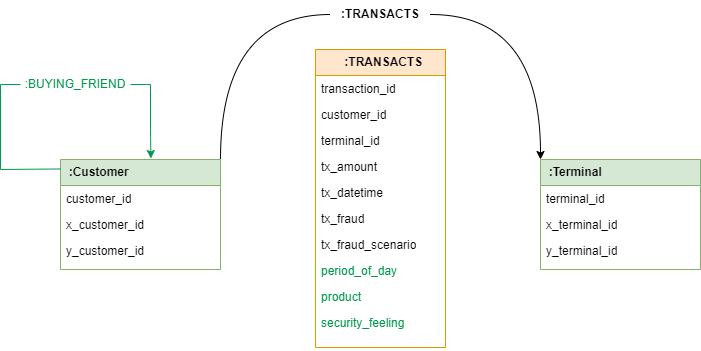
The draw.io diagram images/logical-model.png in tabaraei/transaction-graph-neo4j, before a commit. Source tidied: cells renumbered, new cells last; positions are measured from the earlier drawing's top-left corner, leaving out a move shared by most shapes.
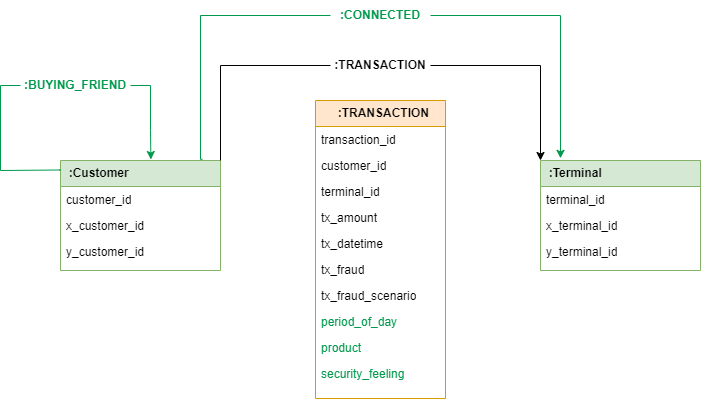
After the commit.

Commit message:
improved query performances, fixed logical model, took errors

Change to the diagram source:
```diff
@@ -26,8 +26,8 @@
     <mxCell id="9" value="y_terminal_id" style="text;strokeColor=none;fillColor=none;align=left;verticalAlign=top;spacingLeft=4;spacingRight=4;overflow=hidden;whiteSpace=wrap;html=1;" parent="6" vertex="1">
       <mxGeometry y="78" width="160" height="32" as="geometry" />
     </mxCell>
-    <mxCell id="10" value="&lt;b&gt;&amp;nbsp; :TRANSACTS&lt;/b&gt;" style="swimlane;fontStyle=0;horizontal=1;startSize=26;fillColor=#ffe6cc;whiteSpace=wrap;html=1;strokeColor=#d79b00;align=center;" parent="1" vertex="1">
-      <mxGeometry x="315" y="50" width="130" height="298" as="geometry" />
+    <mxCell id="10" value="&lt;b&gt;&amp;nbsp; :TRANSACTION&lt;/b&gt;" style="swimlane;fontStyle=0;horizontal=1;startSize=26;fillColor=#ffe6cc;whiteSpace=wrap;html=1;strokeColor=#d79b00;align=center;" parent="1" vertex="1">
+      <mxGeometry x="315" y="100" width="130" height="298" as="geometry" />
     </mxCell>
     <mxCell id="11" value="transaction_id" style="text;strokeColor=none;fillColor=none;align=left;verticalAlign=top;spacingLeft=4;spacingRight=4;overflow=hidden;whiteSpace=wrap;html=1;" parent="10" vertex="1">
       <mxGeometry y="26" width="130" height="26" as="geometry" />
@@ -59,20 +59,20 @@
     <mxCell id="20" value="&lt;span style=&quot;text-align: center;&quot;&gt;&lt;font color=&quot;#00994d&quot;&gt;security_feeling&lt;/font&gt;&lt;/span&gt;" style="text;strokeColor=none;fillColor=none;align=left;verticalAlign=top;spacingLeft=4;spacingRight=4;overflow=hidden;whiteSpace=wrap;html=1;" parent="10" vertex="1">
       <mxGeometry y="260" width="130" height="38" as="geometry" />
     </mxCell>
-    <mxCell id="21" style="edgeStyle=orthogonalEdgeStyle;rounded=0;jettySize=auto;html=1;exitX=1;exitY=0.5;exitDx=0;exitDy=0;entryX=0;entryY=0;entryDx=0;entryDy=0;curved=1;" parent="1" edge="1" source="22" target="6">
+    <mxCell id="21" style="edgeStyle=orthogonalEdgeStyle;rounded=0;jettySize=auto;html=1;exitX=1;exitY=0.5;exitDx=0;exitDy=0;entryX=0;entryY=0;entryDx=0;entryDy=0;curved=0;" parent="1" edge="1" source="22" target="6">
       <mxGeometry relative="1" as="geometry">
         <Array as="points">
-          <mxPoint x="540" y="15" />
+          <mxPoint x="540" y="65" />
         </Array>
       </mxGeometry>
     </mxCell>
-    <mxCell id="22" value="&lt;b&gt;:TRANSACTS&lt;/b&gt;" style="text;html=1;align=center;verticalAlign=middle;whiteSpace=wrap;rounded=0;" parent="1" vertex="1">
-      <mxGeometry x="330" width="100" height="30" as="geometry" />
+    <mxCell id="22" value="&lt;b&gt;:TRANSACTION&lt;/b&gt;" style="text;html=1;align=center;verticalAlign=middle;whiteSpace=wrap;rounded=0;" parent="1" vertex="1">
+      <mxGeometry x="330" y="50" width="100" height="30" as="geometry" />
     </mxCell>
-    <mxCell id="23" style="edgeStyle=orthogonalEdgeStyle;rounded=0;jettySize=auto;html=1;exitX=1;exitY=0;exitDx=0;exitDy=0;entryX=0;entryY=0.5;entryDx=0;entryDy=0;endArrow=none;endFill=0;curved=1;" parent="1" edge="1" source="2" target="22">
+    <mxCell id="23" style="edgeStyle=orthogonalEdgeStyle;rounded=0;jettySize=auto;html=1;exitX=1;exitY=0;exitDx=0;exitDy=0;entryX=0;entryY=0.5;entryDx=0;entryDy=0;endArrow=none;endFill=0;curved=0;" parent="1" edge="1" source="2" target="22">
       <mxGeometry relative="1" as="geometry">
         <Array as="points">
-          <mxPoint x="220" y="15" />
+          <mxPoint x="220" y="65" />
         </Array>
       </mxGeometry>
     </mxCell>
@@ -85,7 +85,7 @@
         </Array>
       </mxGeometry>
     </mxCell>
-    <mxCell id="25" value="&lt;font color=&quot;#00994d&quot;&gt;:BUYING_FRIEND&lt;/font&gt;" style="text;html=1;align=center;verticalAlign=middle;whiteSpace=wrap;rounded=0;" parent="1" vertex="1">
+    <mxCell id="25" value="&lt;font color=&quot;#00994d&quot;&gt;&lt;b&gt;:BUYING_FRIEND&lt;/b&gt;&lt;/font&gt;" style="text;html=1;align=center;verticalAlign=middle;whiteSpace=wrap;rounded=0;" parent="1" vertex="1">
       <mxGeometry x="20" y="70" width="110" height="30" as="geometry" />
     </mxCell>
     <mxCell id="26" style="edgeStyle=orthogonalEdgeStyle;rounded=0;jettySize=auto;html=1;entryX=0.565;entryY=-0.009;entryDx=0;entryDy=0;entryPerimeter=0;strokeColor=#00994D;" parent="1" edge="1" source="25" target="2">
@@ -96,5 +96,24 @@
         </Array>
       </mxGeometry>
     </mxCell>
+    <mxCell id="27" value="&lt;b&gt;:CONNECTED&lt;/b&gt;" style="text;html=1;align=center;verticalAlign=middle;whiteSpace=wrap;rounded=0;fontColor=#00994D;" parent="1" vertex="1">
+      <mxGeometry x="330" width="100" height="30" as="geometry" />
+    </mxCell>
+    <mxCell id="28" style="edgeStyle=orthogonalEdgeStyle;rounded=0;jettySize=auto;html=1;exitX=1;exitY=0.5;exitDx=0;exitDy=0;strokeColor=#00994D;entryX=0.131;entryY=-0.02;entryDx=0;entryDy=0;entryPerimeter=0;" parent="1" edge="1" source="27" target="6">
+      <mxGeometry relative="1" as="geometry">
+        <Array as="points">
+          <mxPoint x="560" y="15" />
+          <mxPoint x="560" y="158" />
+        </Array>
+      </mxGeometry>
+    </mxCell>
+    <mxCell id="29" style="edgeStyle=orthogonalEdgeStyle;rounded=0;jettySize=auto;html=1;entryX=0;entryY=0.5;entryDx=0;entryDy=0;endArrow=none;endFill=0;strokeColor=#00994D;exitX=0.887;exitY=-0.011;exitDx=0;exitDy=0;exitPerimeter=0;" parent="1" edge="1" source="2" target="27">
+      <mxGeometry relative="1" as="geometry">
+        <Array as="points">
+          <mxPoint x="200" y="159" />
+          <mxPoint x="200" y="15" />
+        </Array>
+      </mxGeometry>
+    </mxCell>
   </root>
 </mxGraphModel>
```
